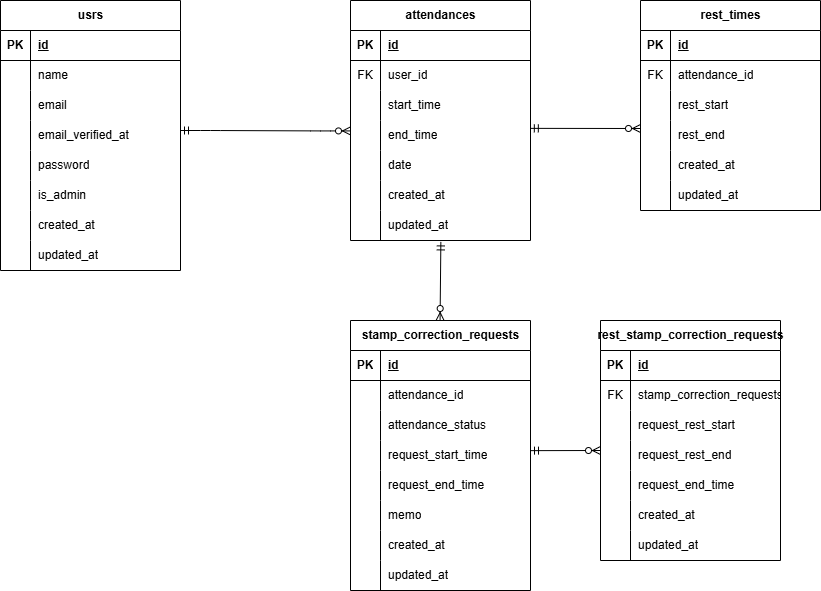
This is erd.drawio.png from Toriyamayoshihiro/test2, a draw.io export, as it was before one commit. Source tidied: cells renumbered, new cells last; positions are measured from the earlier drawing's top-left corner, leaving out a move shared by most shapes.
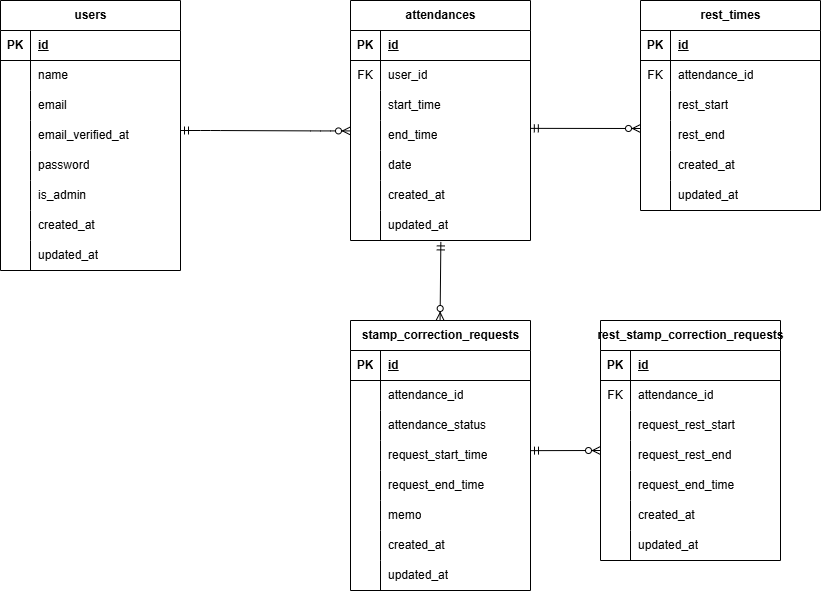
Above is the later version.

What changed in the source:
```diff
@@ -2,7 +2,7 @@
   <root>
     <mxCell id="0" />
     <mxCell id="1" parent="0" />
-    <mxCell id="2" value="usrs" style="shape=table;startSize=30;rowLines=0;fontStyle=1;align=center;html=1;" parent="1" vertex="1">
+    <mxCell id="2" value="users" style="shape=table;startSize=30;rowLines=0;fontStyle=1;align=center;html=1;" parent="1" vertex="1">
       <mxGeometry width="180" height="270" as="geometry" />
     </mxCell>
     <mxCell id="3" style="shape=tableRow;horizontal=0;startSize=0;swimlaneHead=0;swimlaneBody=0;fillColor=none;top=0;left=0;right=0;bottom=1;" parent="2" vertex="1">
@@ -293,7 +293,7 @@
     <mxCell id="98" value="FK" style="shape=partialRectangle;fillColor=none;top=0;left=0;bottom=0;right=0;overflow=hidden;whiteSpace=wrap;html=1;" parent="97" vertex="1">
       <mxGeometry width="30" height="30" as="geometry" />
     </mxCell>
-    <mxCell id="99" value="stamp_correction_requests_id" style="shape=partialRectangle;fillColor=none;top=0;left=0;bottom=0;right=0;align=left;spacingLeft=6;overflow=hidden;whiteSpace=wrap;html=1;" parent="97" vertex="1">
+    <mxCell id="99" value="&lt;span style=&quot;color: rgb(0, 0, 0);&quot;&gt;attendance_id&lt;/span&gt;" style="shape=partialRectangle;fillColor=none;top=0;left=0;bottom=0;right=0;align=left;spacingLeft=6;overflow=hidden;whiteSpace=wrap;html=1;" parent="97" vertex="1">
       <mxGeometry x="30" width="150" height="30" as="geometry" />
     </mxCell>
     <mxCell id="100" style="shape=tableRow;horizontal=0;startSize=0;swimlaneHead=0;swimlaneBody=0;fillColor=none;top=0;left=0;right=0;bottom=0;" parent="93" vertex="1">
```
